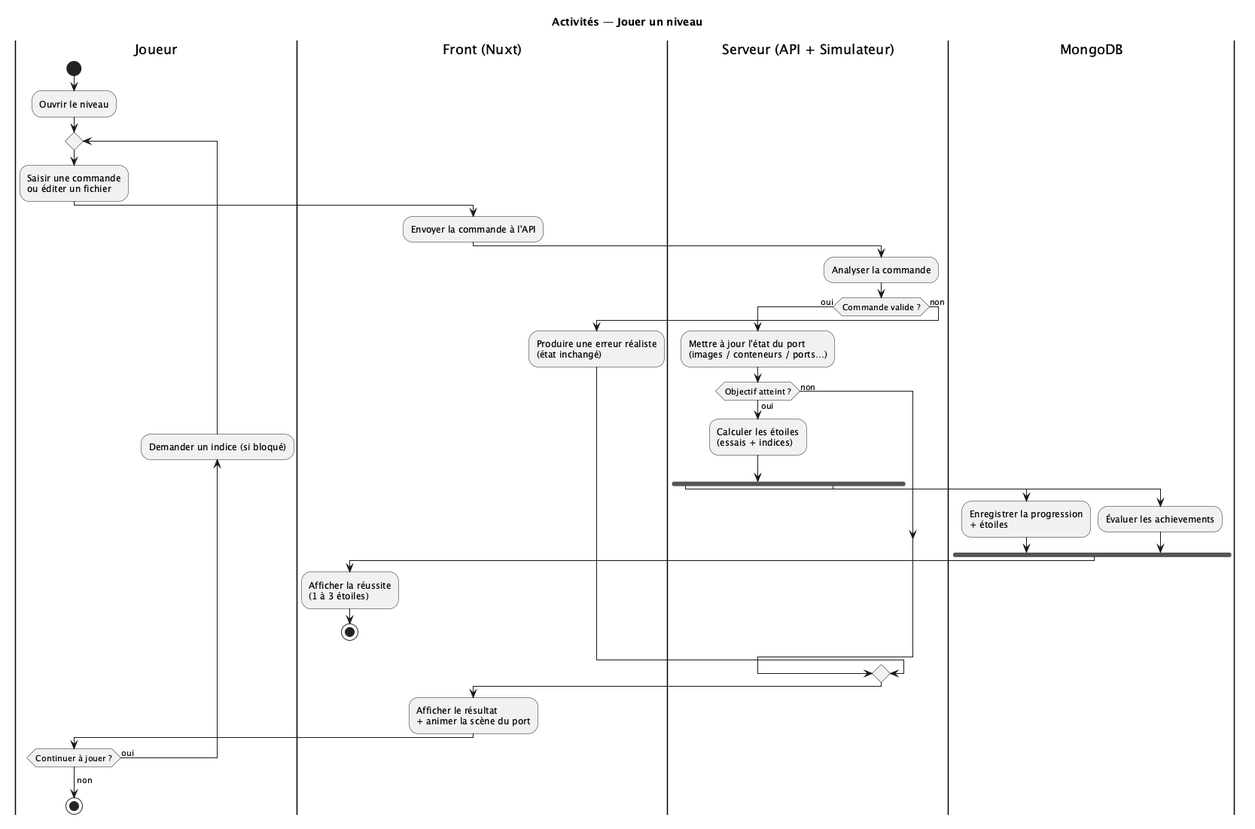
Before: docs/modelisation/img/activites-jouer-niveau.png, a diagram exported from PlantUML (AndreLiar/coordinationBackFront). Source of this version:
```plantuml
@startuml activites-jouer-niveau

skinparam shadowing false
title Activités — Jouer un niveau

|Joueur|
start
:Ouvrir le niveau;

repeat
  |Joueur|
  :Saisir une commande\nou éditer un fichier;

  |Front (Nuxt)|
  :Envoyer la commande à l'API;

  |Serveur (API + Simulateur)|
  :Analyser la commande;
  if (Commande valide ?) then (oui)
    :Mettre à jour l'état du port\n(images / conteneurs / ports…);
    if (Objectif atteint ?) then (oui)
      :Calculer les étoiles\n(essais + indices);
      fork
        |MongoDB|
        :Enregistrer la progression\n+ étoiles;
      fork again
        |MongoDB|
        :Évaluer les achievements;
      end fork
      |Front (Nuxt)|
      :Afficher la réussite\n(1 à 3 étoiles);
      stop
    else (non)
    endif
  else (non)
    :Produire une erreur réaliste\n(état inchangé);
  endif

  |Front (Nuxt)|
  :Afficher le résultat\n+ animer la scène du port;

  |Joueur|
  backward:Demander un indice (si bloqué);
repeat while (Continuer à jouer ?) is (oui)
->non;
stop

@enduml
```
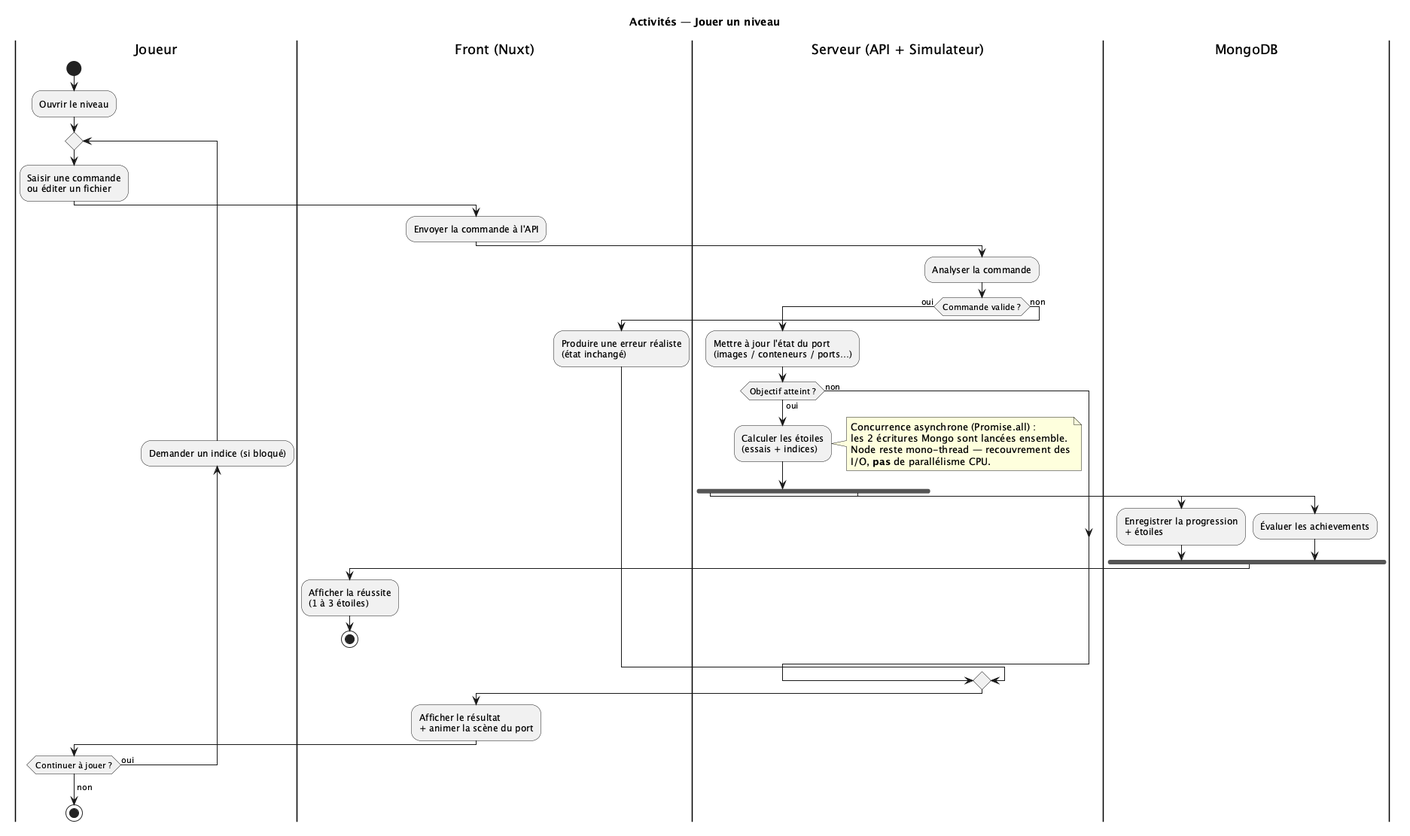
After the commit.

Commit message:
docs(modélisation): corrige 2 retours prof (acteur MongoDB + parallélisme TS)

Change to the diagram source:
```diff
@@ -20,6 +20,12 @@
     :Mettre à jour l'état du port\n(images / conteneurs / ports…);
     if (Objectif atteint ?) then (oui)
       :Calculer les étoiles\n(essais + indices);
+      note right
+        Concurrence asynchrone (Promise.all) :
+        les 2 écritures Mongo sont lancées ensemble.
+        Node reste mono-thread — recouvrement des
+        I/O, **pas** de parallélisme CPU.
+      end note
       fork
         |MongoDB|
         :Enregistrer la progression\n+ étoiles;
```
